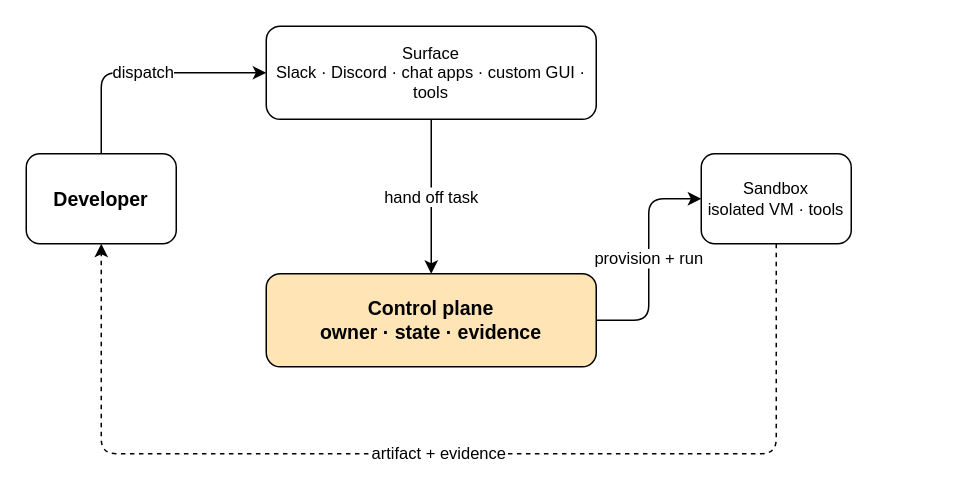
Before: src/pages/docs/blog/control-plan-inst-chat-app/control-plane-layers.drawio in AssahBismarkabah/astro-fap, a draw.io diagram. Source tidied: cells renumbered, new cells numbered last; positions are measured from the earlier drawing's top-left corner, leaving out a move shared by most shapes. Both pictures are drawn from the tidied source at 150%, with x=0, y=0 at pixel (26, 26).
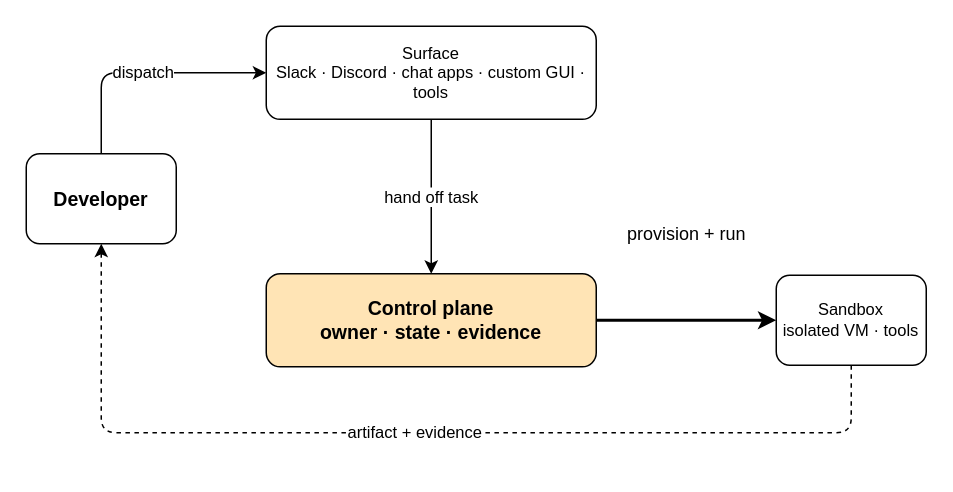
The same diagram, later.

Commit message (it also covers changes not shown here):
update control plane diagram: reposition sandbox and add label for "provision + run" edge

Diff of the diagram source:
```diff
@@
 <mxGraphModel>
   <root>
     <mxCell id="0" />
     <mxCell id="1" parent="0" />
     <mxCell id="2" value="Developer" style="rounded=1;whiteSpace=wrap;html=1;fillColor=#ffffff;strokeColor=#000000;fontColor=#000000;fontSize=13;fontStyle=1;" parent="1" vertex="1">
       <mxGeometry y="85" width="100" height="60" as="geometry" />
     </mxCell>
     <mxCell id="3" value="Surface&#10;Slack · Discord · chat apps · custom GUI · tools" style="rounded=1;whiteSpace=wrap;html=1;fillColor=#ffffff;strokeColor=#000000;fontColor=#000000;fontSize=11;" parent="1" vertex="1">
       <mxGeometry x="160" width="220" height="62" as="geometry" />
     </mxCell>
     <mxCell id="4" value="Control plane&#10;owner · state · evidence" style="rounded=1;whiteSpace=wrap;html=1;fillColor=#ffe4b5;strokeColor=#000000;fontColor=#000000;fontSize=13;fontStyle=1;" parent="1" vertex="1">
       <mxGeometry x="160" y="165" width="220" height="62" as="geometry" />
     </mxCell>
     <mxCell id="5" value="Sandbox&#10;isolated VM · tools" style="rounded=1;whiteSpace=wrap;html=1;fillColor=#ffffff;strokeColor=#000000;fontColor=#000000;fontSize=11;" parent="1" vertex="1">
-      <mxGeometry x="450" y="85" width="100" height="60" as="geometry" />
+      <mxGeometry x="500" y="166" width="100" height="60" as="geometry" />
     </mxCell>
     <mxCell id="6" value="dispatch" style="edgeStyle=orthogonalEdgeStyle;rounded=1;html=1;strokeColor=#000000;endArrow=classic;fontColor=#000000;exitX=0.5;exitY=0;entryX=0;entryY=0.5;" parent="1" edge="1" source="2" target="3">
       <mxGeometry relative="1" as="geometry" />
     </mxCell>
     <mxCell id="7" value="hand off task" style="edgeStyle=orthogonalEdgeStyle;rounded=1;html=1;strokeColor=#000000;endArrow=classic;fontColor=#000000;exitX=0.5;exitY=1;entryX=0.5;entryY=0;" parent="1" edge="1" source="3" target="4">
       <mxGeometry relative="1" as="geometry" />
     </mxCell>
-    <mxCell id="8" value="provision + run" style="edgeStyle=orthogonalEdgeStyle;rounded=1;html=1;strokeColor=#000000;endArrow=classic;fontColor=#000000;exitX=1;exitY=0.5;entryX=0;entryY=0.5;" parent="1" edge="1" source="4" target="5">
+    <mxCell id="8" style="html=1;strokeColor=#000000;strokeWidth=2;endArrow=classic;fontColor=#000000;" parent="1" edge="1" source="4" target="5">
       <mxGeometry relative="1" as="geometry" />
     </mxCell>
     <mxCell id="9" value="artifact + evidence" style="edgeStyle=orthogonalEdgeStyle;rounded=1;html=1;strokeColor=#000000;dashed=1;endArrow=classic;fontColor=#000000;exitX=0.5;exitY=1;entryX=0.5;entryY=1;" parent="1" edge="1" source="5" target="2">
       <mxGeometry relative="1" as="geometry">
         <Array as="points">
-          <mxPoint x="500" y="285" />
-          <mxPoint x="50" y="285" />
+          <mxPoint x="550" y="271" />
+          <mxPoint x="50" y="271" />
         </Array>
       </mxGeometry>
     </mxCell>
+    <mxCell id="10" value="provision + run" style="text;html=1;strokeColor=none;fillColor=none;align=center;verticalAlign=middle;fontSize=12;fontColor=#000000;" parent="1" vertex="1">
+      <mxGeometry x="410" y="130" width="60" height="18" as="geometry" />
+    </mxCell>
   </root>
 </mxGraphModel>
```
